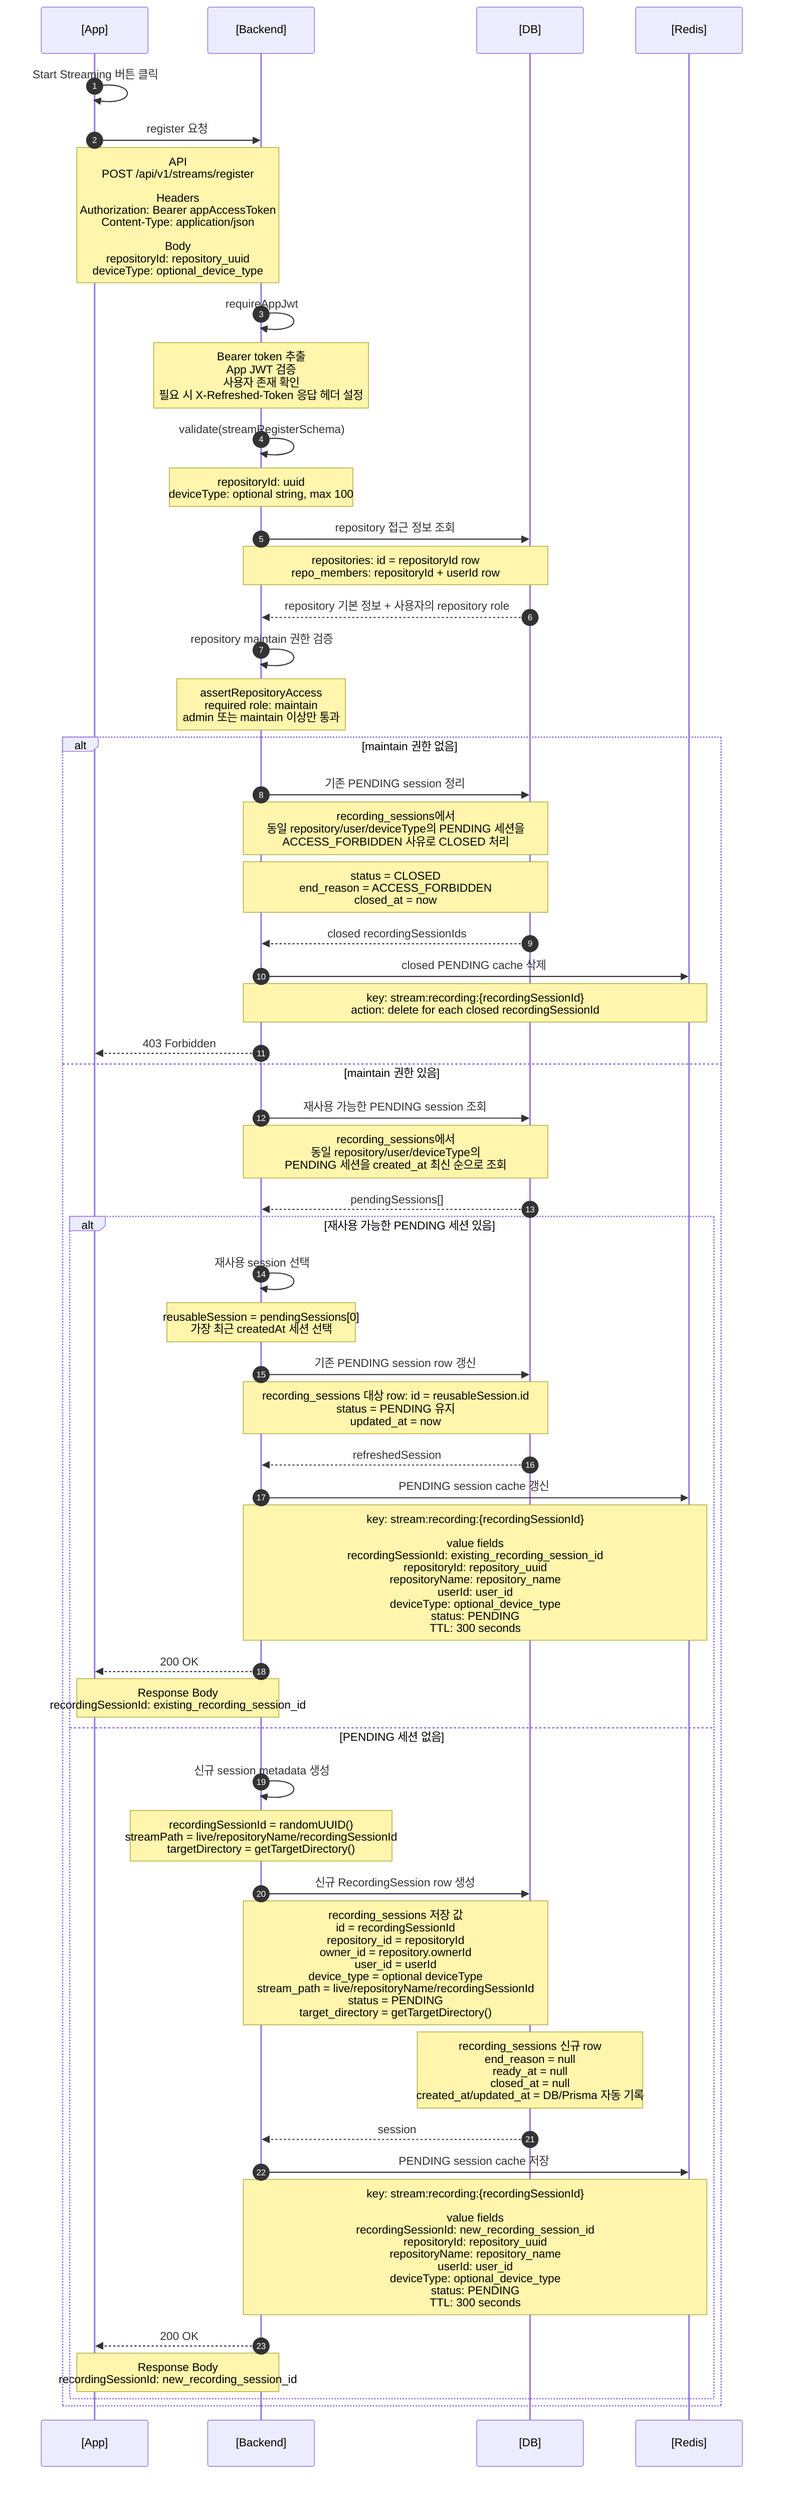
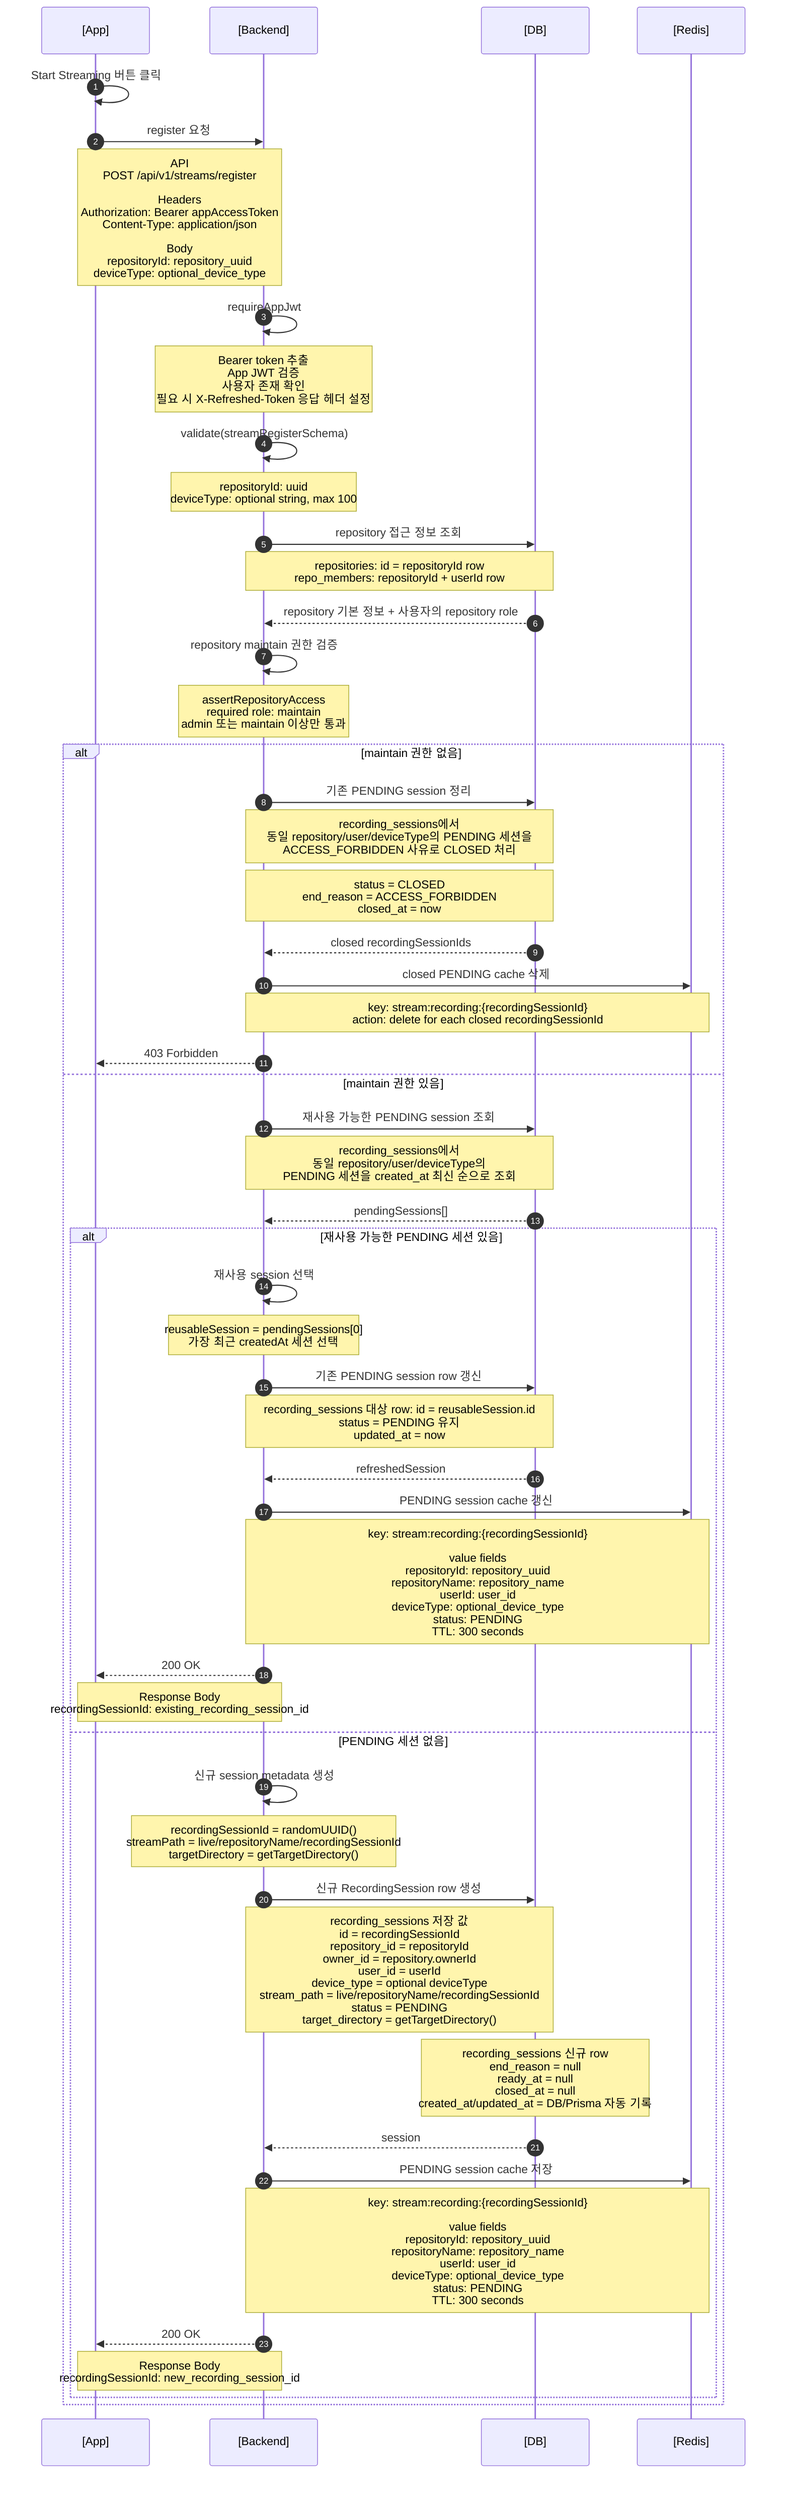
sequenceDiagram
  autonumber
  participant App as [App]
  participant Backend as [Backend]
  participant DB as [DB]
  participant Redis as [Redis]

  App->>App: Start Streaming 버튼 클릭
  App->>Backend: register 요청
  Note over App,Backend: API<br/>POST /api/v1/streams/register<br/><br/>Headers<br/>Authorization: Bearer appAccessToken<br/>Content-Type: application/json<br/><br/>Body<br/>repositoryId: repository_uuid<br/>deviceType: optional_device_type

  Backend->>Backend: requireAppJwt
  Note over Backend: Bearer token 추출<br/>App JWT 검증<br/>사용자 존재 확인<br/>필요 시 X-Refreshed-Token 응답 헤더 설정
  Backend->>Backend: validate(streamRegisterSchema)
  Note over Backend: repositoryId: uuid<br/>deviceType: optional string, max 100

  Backend->>DB: repository 접근 정보 조회
  Note over Backend,DB: repositories: id = repositoryId row<br/>repo_members: repositoryId + userId row
  DB-->>Backend: repository 기본 정보 + 사용자의 repository role
  Backend->>Backend: repository maintain 권한 검증
  Note over Backend: assertRepositoryAccess<br/>required role: maintain<br/>admin 또는 maintain 이상만 통과

  alt maintain 권한 없음
    Backend->>DB: 기존 PENDING session 정리
    Note over Backend,DB: recording_sessions에서<br/>동일 repository/user/deviceType의 PENDING 세션을<br/>ACCESS_FORBIDDEN 사유로 CLOSED 처리
    Note over Backend,DB: status = CLOSED<br/>end_reason = ACCESS_FORBIDDEN<br/>closed_at = now
    DB-->>Backend: closed recordingSessionIds
    Backend->>Redis: closed PENDING cache 삭제
    Note over Backend,Redis: key: stream:recording:{recordingSessionId}<br/>action: delete for each closed recordingSessionId
    Backend-->>App: 403 Forbidden
  else maintain 권한 있음
    Backend->>DB: 재사용 가능한 PENDING session 조회
    Note over Backend,DB: recording_sessions에서<br/>동일 repository/user/deviceType의<br/>PENDING 세션을 created_at 최신 순으로 조회
    DB-->>Backend: pendingSessions[]

    alt 재사용 가능한 PENDING 세션 있음
      Backend->>Backend: 재사용 session 선택
      Note over Backend: reusableSession = pendingSessions[0]<br/>가장 최근 createdAt 세션 선택
      Backend->>DB: 기존 PENDING session row 갱신
      Note over Backend,DB: recording_sessions 대상 row: id = reusableSession.id<br/>status = PENDING 유지<br/>updated_at = now
      DB-->>Backend: refreshedSession
      Backend->>Redis: PENDING session cache 갱신
-       Note over Backend,Redis: key: stream:recording:{recordingSessionId}<br/><br/>value fields<br/>recordingSessionId: existing_recording_session_id<br/>repositoryId: repository_uuid<br/>repositoryName: repository_name<br/>userId: user_id<br/>deviceType: optional_device_type<br/>status: PENDING<br/>TTL: 300 seconds
+       Note over Backend,Redis: key: stream:recording:{recordingSessionId}<br/><br/>value fields<br/>repositoryId: repository_uuid<br/>repositoryName: repository_name<br/>userId: user_id<br/>deviceType: optional_device_type<br/>status: PENDING<br/>TTL: 300 seconds
      Backend-->>App: 200 OK
      Note over App,Backend: Response Body<br/>recordingSessionId: existing_recording_session_id
    else PENDING 세션 없음
      Backend->>Backend: 신규 session metadata 생성
      Note over Backend: recordingSessionId = randomUUID()<br/>streamPath = live/repositoryName/recordingSessionId<br/>targetDirectory = getTargetDirectory()
      Backend->>DB: 신규 RecordingSession row 생성
      Note over Backend,DB: recording_sessions 저장 값<br/>id = recordingSessionId<br/>repository_id = repositoryId<br/>owner_id = repository.ownerId<br/>user_id = userId<br/>device_type = optional deviceType<br/>stream_path = live/repositoryName/recordingSessionId<br/>status = PENDING<br/>target_directory = getTargetDirectory()
      Note over DB: recording_sessions 신규 row<br/>end_reason = null<br/>ready_at = null<br/>closed_at = null<br/>created_at/updated_at = DB/Prisma 자동 기록
      DB-->>Backend: session
      Backend->>Redis: PENDING session cache 저장
-       Note over Backend,Redis: key: stream:recording:{recordingSessionId}<br/><br/>value fields<br/>recordingSessionId: new_recording_session_id<br/>repositoryId: repository_uuid<br/>repositoryName: repository_name<br/>userId: user_id<br/>deviceType: optional_device_type<br/>status: PENDING<br/>TTL: 300 seconds
+       Note over Backend,Redis: key: stream:recording:{recordingSessionId}<br/><br/>value fields<br/>repositoryId: repository_uuid<br/>repositoryName: repository_name<br/>userId: user_id<br/>deviceType: optional_device_type<br/>status: PENDING<br/>TTL: 300 seconds
      Backend-->>App: 200 OK
      Note over App,Backend: Response Body<br/>recordingSessionId: new_recording_session_id
    end
  end

%% 참고:
%% Background reconcile loop는 DB에 남아 있는 PENDING recording_sessions를 등록 TTL 경과 후 CLOSED + REGISTRATION_TIMEOUT으로 정리한다.
%% 관련 Redis PENDING cache도 함께 삭제된다.
%% 다음 단계는 App이 반환받은 recordingSessionId로 POST /api/v1/streams/{recordingSessionId}/publish-ticket을 호출하는 흐름이다.
